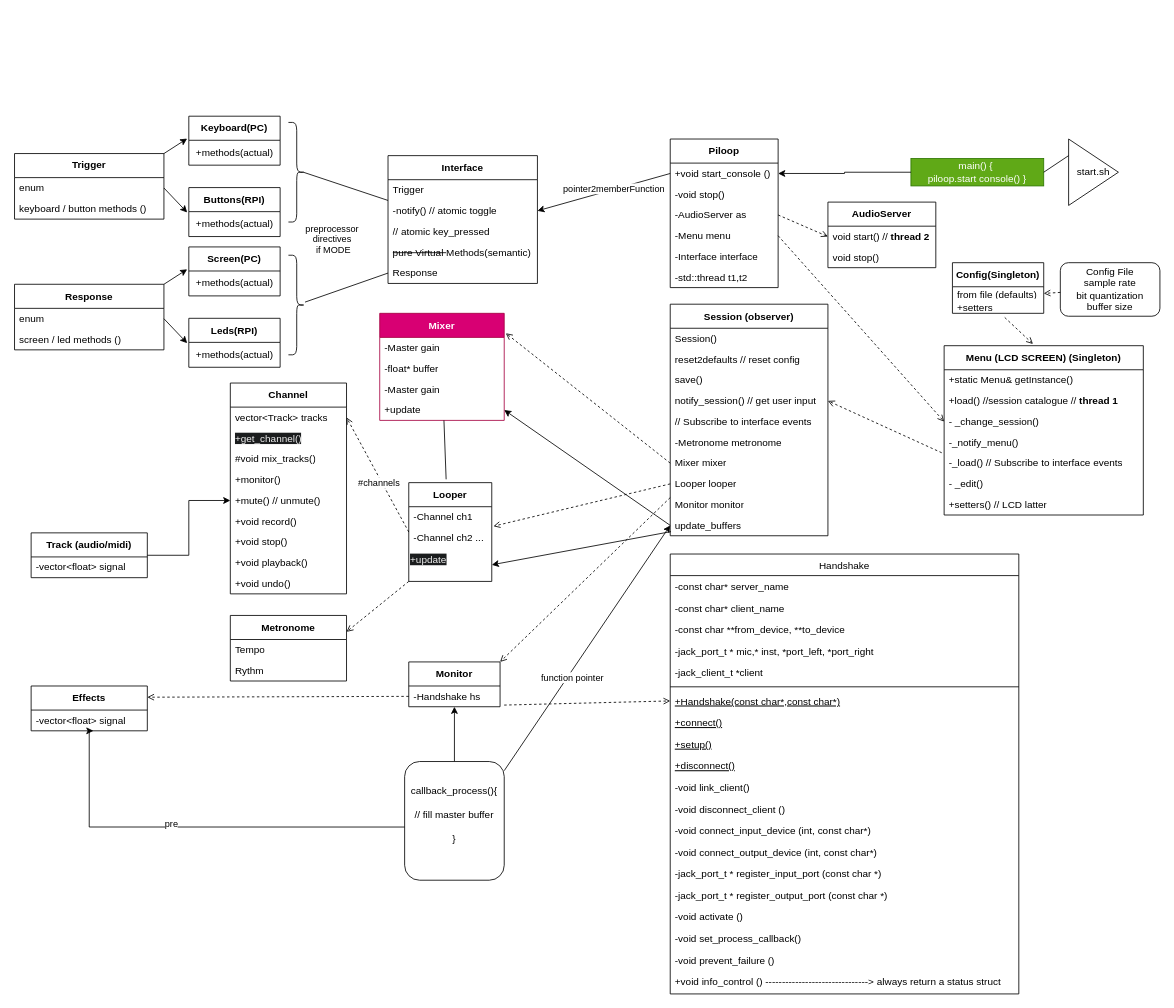
The draw.io diagram files/uml/piloop.drawio in pasquale90/pi-loop-console, before the edit. Source tidied: cells renumbered, new cells numbered last; positions are measured from the earlier drawing's top-left corner, leaving out a move shared by most shapes. Both pictures are drawn from the tidied source at 83%, with x=0, y=0 at pixel (14, 115).
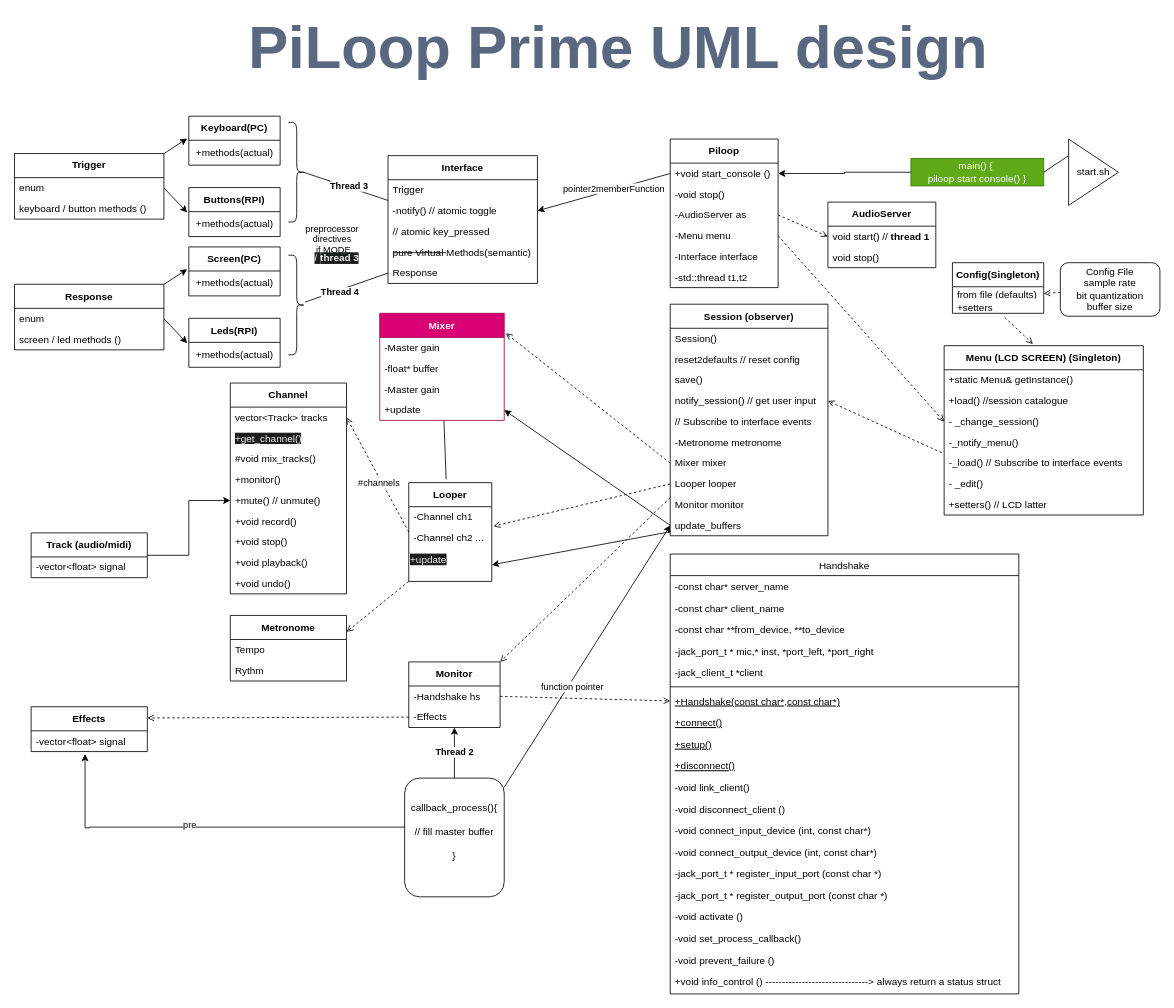
The same diagram, later.

Commit message (it also covers changes not shown here):
update uml with online viewer

The change refers to these unchanged cells:
```xml
<mxCell id="9" value="+Handshake(const char*,const char*)" style="text;align=left;verticalAlign=top;spacingLeft=4;spacingRight=4;overflow=hidden;points=[[0,0.5],[1,0.5]];portConstraint=eastwest;fontStyle=4;" parent="2" vertex="1">
  <mxGeometry y="164" width="420" height="26" as="geometry" />
</mxCell>
<mxCell id="45" value="Menu (LCD SCREEN) (Singleton)" style="swimlane;fontStyle=1;align=center;verticalAlign=middle;horizontal=1;startSize=29;html=1;whiteSpace=wrap;" parent="1" vertex="1">
  <mxGeometry x="1120" y="277" width="240" height="204" as="geometry" />
</mxCell>
<mxCell id="72" value="-vector&amp;lt;float&amp;gt; signal" style="text;html=1;strokeColor=none;fillColor=none;align=left;verticalAlign=middle;spacingLeft=4;spacingRight=4;overflow=hidden;points=[[0,0.5],[1,0.5]];portConstraint=eastwest;whiteSpace=wrap;" parent="71" vertex="1">
  <mxGeometry y="29" width="140" height="25" as="geometry" />
</mxCell>
<mxCell id="73" style="edgeStyle=orthogonalEdgeStyle;rounded=0;jettySize=auto;html=1;exitX=0.5;exitY=0;exitDx=0;exitDy=0;entryX=0.5;entryY=1;entryDx=0;entryDy=0;" parent="1" edge="1" source="74" target="100">
  <mxGeometry relative="1" as="geometry" />
</mxCell>
<mxCell id="76" style="endArrow=none;html=1;rounded=0;exitX=0.1;exitY=0.5;exitDx=0;exitDy=0;entryX=0;entryY=0;entryDx=0;entryDy=0;exitPerimeter=0;entryPerimeter=0;" parent="1" edge="1" source="106" target="25">
  <mxGeometry relative="1" as="geometry" />
</mxCell>
<mxCell id="101" value="-Handshake hs" style="text;html=1;strokeColor=none;fillColor=none;align=left;verticalAlign=middle;spacingLeft=4;spacingRight=4;overflow=hidden;points=[[0,0.5],[1,0.5]];portConstraint=eastwest;whiteSpace=wrap;" parent="100" vertex="1">
  <mxGeometry y="29" width="110" height="25" as="geometry" />
</mxCell>
<mxCell id="110" value="AudioServer" style="swimlane;fontStyle=1;align=center;verticalAlign=middle;horizontal=1;startSize=29;html=1;whiteSpace=wrap;" parent="1" vertex="1">
  <mxGeometry x="980" y="104" width="130" height="79" as="geometry" />
</mxCell>
<mxCell id="141" style="endArrow=none;html=1;rounded=0;exitX=0;exitY=0.5;exitDx=0;exitDy=0;" parent="1" edge="1" source="28" target="140">
  <mxGeometry relative="1" as="geometry" />
</mxCell>
```

The edit, as a diff of the source:
```diff
@@
-    <mxCell id="47" value="+load() //session catalogue // &lt;b&gt;thread 1&lt;/b&gt;" style="text;html=1;strokeColor=none;fillColor=none;align=left;verticalAlign=middle;spacingLeft=4;spacingRight=4;overflow=hidden;whiteSpace=wrap;" parent="45" vertex="1">
+    <mxCell id="47" value="+load() //session catalogue" style="text;html=1;strokeColor=none;fillColor=none;align=left;verticalAlign=middle;spacingLeft=4;spacingRight=4;overflow=hidden;whiteSpace=wrap;" parent="45" vertex="1">
       <mxGeometry y="54" width="240" height="25" as="geometry" />
     </mxCell>
@@
-    <mxCell id="69" style="edgeStyle=orthogonalEdgeStyle;rounded=0;jettySize=auto;html=1;exitX=0.017;exitY=0.552;exitDx=0;exitDy=0;exitPerimeter=0;entryX=0.536;entryY=1;entryDx=0;entryDy=0;entryPerimeter=0;" parent="1" edge="1" source="74" target="72">
+    <mxCell id="69" style="edgeStyle=orthogonalEdgeStyle;rounded=0;jettySize=auto;html=1;exitX=0.017;exitY=0.552;exitDx=0;exitDy=0;exitPerimeter=0;entryX=0.464;entryY=1.12;entryDx=0;entryDy=0;entryPerimeter=0;" parent="1" edge="1" source="74" target="72">
       <mxGeometry relative="1" as="geometry">
         <Array as="points">
           <mxPoint x="90" y="857" />
-          <mxPoint x="90" y="741" />
+          <mxPoint x="90" y="858" />
+          <mxPoint x="85" y="858" />
         </Array>
       </mxGeometry>
     </mxCell>
@@
     <mxCell id="71" value="Effects" style="swimlane;fontStyle=1;align=center;verticalAlign=middle;horizontal=1;startSize=29;html=1;whiteSpace=wrap;" parent="1" vertex="1">
-      <mxGeometry x="20" y="687" width="140" height="54" as="geometry" />
+      <mxGeometry x="20" y="712" width="140" height="54" as="geometry" />
     </mxCell>
@@
+    <mxCell id="142" style="edgeLabel;html=1;align=center;verticalAlign=middle;" parent="73" vertex="1">
+      <mxGeometry x="-0.41" y="1" relative="1" as="geometry" />
+    </mxCell>
+    <mxCell id="143" style="edgeLabel;html=1;align=center;verticalAlign=middle;" parent="73" vertex="1">
+      <mxGeometry x="0.02" y="-1" relative="1" as="geometry" />
+    </mxCell>
+    <mxCell id="144" value="&lt;b&gt;Thread 2&lt;/b&gt;" style="edgeLabel;html=1;align=center;verticalAlign=middle;" parent="73" vertex="1">
+      <mxGeometry x="0.05" y="1" relative="1" as="geometry" />
+    </mxCell>
     <mxCell id="74" value="&lt;div&gt;callback_process(){&lt;/div&gt;&lt;div&gt;&lt;br&gt;&lt;/div&gt;&lt;div&gt;// fill master buffer&lt;/div&gt;&lt;div&gt;&lt;br&gt;&lt;/div&gt;&lt;div&gt;}&lt;/div&gt;&lt;div&gt;&lt;br&gt;&lt;/div&gt;" style="rounded=1;whiteSpace=wrap;html=1;" parent="1" vertex="1">
-      <mxGeometry x="470" y="778" width="120" height="143" as="geometry" />
+      <mxGeometry x="470" y="798" width="120" height="143" as="geometry" />
     </mxCell>
@@
+    <mxCell id="145" value="&lt;b&gt;Thread 3&lt;/b&gt;" style="edgeLabel;html=1;align=center;verticalAlign=middle;" parent="76" vertex="1">
+      <mxGeometry x="0.06" y="2" relative="1" as="geometry" />
+    </mxCell>
@@
-    <mxCell id="89" style="html=1;verticalAlign=bottom;labelBackgroundColor=none;endArrow=open;endFill=0;dashed=1;rounded=0;entryX=0;entryY=0.5;entryDx=0;entryDy=0;exitX=1.045;exitY=0.92;exitDx=0;exitDy=0;exitPerimeter=0;" parent="1" edge="1" source="101" target="9">
+    <mxCell id="89" style="html=1;verticalAlign=bottom;labelBackgroundColor=none;endArrow=open;endFill=0;dashed=1;rounded=0;entryX=0;entryY=0.5;entryDx=0;entryDy=0;exitX=1;exitY=0.5;exitDx=0;exitDy=0;" parent="1" edge="1" source="101" target="9">
       <mxGeometry relative="1" as="geometry" />
     </mxCell>
@@
     <mxCell id="100" value="Monitor" style="swimlane;fontStyle=1;align=center;verticalAlign=middle;horizontal=1;startSize=29;html=1;whiteSpace=wrap;" parent="1" vertex="1">
-      <mxGeometry x="475" y="658" width="110" height="54" as="geometry" />
+      <mxGeometry x="475" y="658" width="110" height="79" as="geometry" />
     </mxCell>
@@
+    <mxCell id="146" value="-Effects" style="text;html=1;strokeColor=none;fillColor=none;align=left;verticalAlign=middle;spacingLeft=4;spacingRight=4;overflow=hidden;points=[[0,0.5],[1,0.5]];portConstraint=eastwest;whiteSpace=wrap;" parent="100" vertex="1">
+      <mxGeometry y="54" width="110" height="25" as="geometry" />
+    </mxCell>
@@
-    <mxCell id="111" value="void start() // &lt;b&gt;thread 2&lt;/b&gt;" style="text;html=1;strokeColor=none;fillColor=none;align=left;verticalAlign=middle;spacingLeft=4;spacingRight=4;overflow=hidden;points=[[0,0.5],[1,0.5]];portConstraint=eastwest;whiteSpace=wrap;" parent="110" vertex="1">
+    <mxCell id="111" value="void start() // &lt;b&gt;thread 1&lt;/b&gt;" style="text;html=1;strokeColor=none;fillColor=none;align=left;verticalAlign=middle;spacingLeft=4;spacingRight=4;overflow=hidden;points=[[0,0.5],[1,0.5]];portConstraint=eastwest;whiteSpace=wrap;" parent="110" vertex="1">
       <mxGeometry y="29" width="130" height="25" as="geometry" />
     </mxCell>
@@
-    <mxCell id="139" style="html=1;verticalAlign=bottom;labelBackgroundColor=none;endArrow=open;endFill=0;dashed=1;rounded=0;entryX=1;entryY=0.25;entryDx=0;entryDy=0;exitX=0;exitY=0.5;exitDx=0;exitDy=0;" parent="1" edge="1" source="101" target="71">
+    <mxCell id="139" style="html=1;verticalAlign=bottom;labelBackgroundColor=none;endArrow=open;endFill=0;dashed=1;rounded=0;entryX=1;entryY=0.25;entryDx=0;entryDy=0;exitX=0;exitY=0.5;exitDx=0;exitDy=0;" parent="1" edge="1" source="146" target="71">
       <mxGeometry relative="1" as="geometry" />
     </mxCell>
@@
+    <mxCell id="147" value="&lt;b&gt;Thread 4&lt;/b&gt;" style="edgeLabel;html=1;align=center;verticalAlign=middle;" parent="141" vertex="1">
+      <mxGeometry x="0.19" y="2" relative="1" as="geometry" />
+    </mxCell>
+    <mxCell id="148" value="&lt;p style=&quot;line-height: 100%;&quot;&gt;&lt;font style=&quot;font-size: 72px;&quot;&gt;PiLoop Prime UML design&lt;/font&gt;&lt;/p&gt;" style="fillColor=none;strokeColor=none;html=1;fontSize=11;fontStyle=0;align=left;fontColor=#596780;fontStyle=1;fontSize=11;" parent="1" vertex="1">
+      <mxGeometry x="280" y="-82" width="240" height="20" as="geometry" />
+    </mxCell>
+    <mxCell id="149" value="&lt;span style=&quot;color: rgb(240, 240, 240); font-family: Helvetica; font-size: 12px; font-style: normal; font-variant-ligatures: normal; font-variant-caps: normal; font-weight: 400; letter-spacing: normal; orphans: 2; text-align: left; text-indent: 0px; text-transform: none; widows: 2; word-spacing: 0px; -webkit-text-stroke-width: 0px; white-space: normal; background-color: rgb(27, 29, 30); text-decoration-thickness: initial; text-decoration-style: initial; text-decoration-color: initial; display: inline !important; float: none;&quot;&gt;/&lt;span&gt;&amp;nbsp;&lt;/span&gt;&lt;/span&gt;&lt;b style=&quot;forced-color-adjust: none; border-color: rgb(0, 0, 0); color: rgb(240, 240, 240); font-family: Helvetica; font-size: 12px; font-style: normal; font-variant-ligatures: normal; font-variant-caps: normal; letter-spacing: normal; orphans: 2; text-align: left; text-indent: 0px; text-transform: none; widows: 2; word-spacing: 0px; -webkit-text-stroke-width: 0px; white-space: normal; background-color: rgb(27, 29, 30); text-decoration-thickness: initial; text-decoration-style: initial; text-decoration-color: initial;&quot;&gt;thread 3&lt;/b&gt;" style="text;whiteSpace=wrap;html=1;" parent="1" vertex="1">
+      <mxGeometry x="360" y="158" width="90" height="40" as="geometry" />
+    </mxCell>
```
